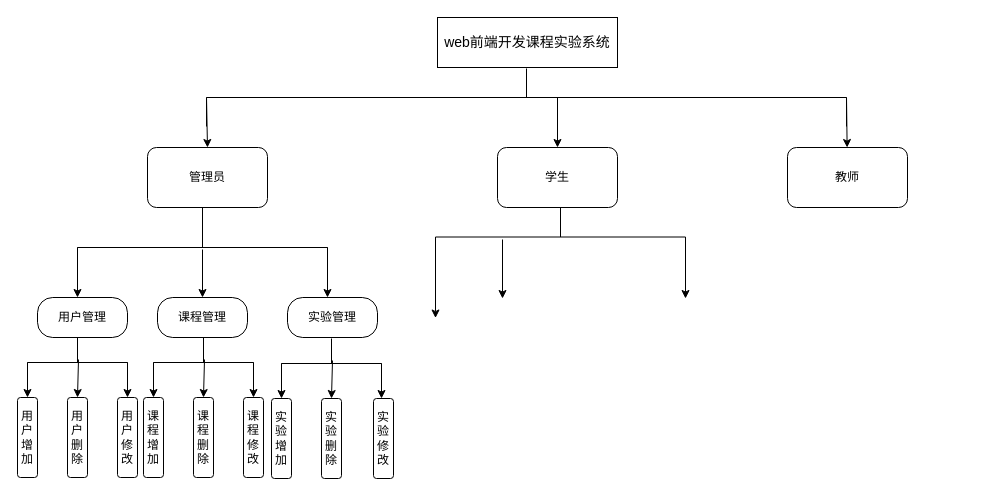
This is web前端开发课程实验系统（系统模块图）.drawio from lahahah/hexo_img, a draw.io file, before an edit. Source tidied: cells renumbered, new cells numbered last; positions are measured from the earlier drawing's top-left corner, leaving out a move shared by most shapes. Both pictures are drawn from the tidied source at 100%, with x=0, y=0 at pixel (17, -223).
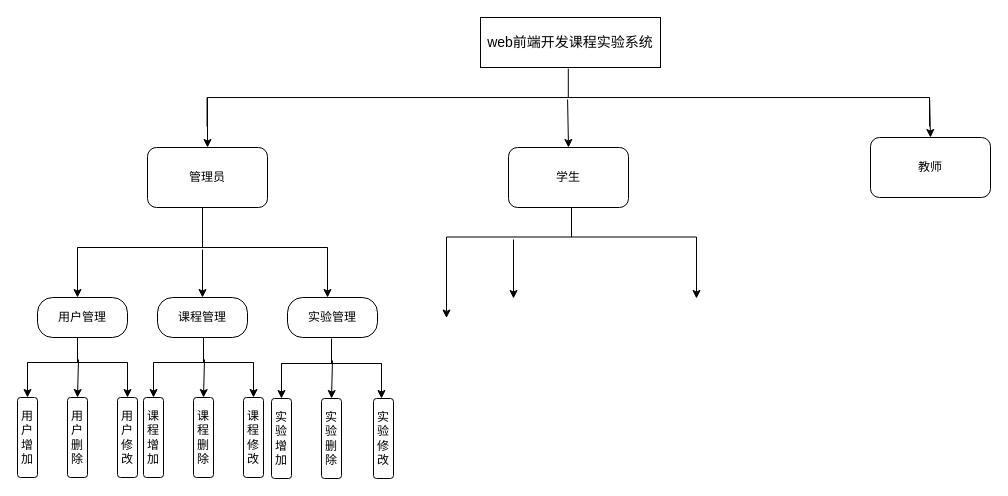
The same page after the edit.

Commit message (it also covers changes not shown here):
更新web前端开发课程实验系统（系统模块图）.drawio

The change refers to these unchanged cells:
```xml
<mxCell id="9" value="管理员" style="rounded=1;whiteSpace=wrap;html=1;" parent="1" vertex="1">
  <mxGeometry x="130" y="370" width="120" height="60" as="geometry" />
</mxCell>
```

Diff of the diagram source:
```diff
@@
     <mxCell id="2" value="&lt;font style=&quot;font-size: 14px;&quot;&gt;web前端开发课程实验系统&lt;/font&gt;" style="rounded=0;whiteSpace=wrap;html=1;" parent="1" vertex="1">
-      <mxGeometry x="420" y="240" width="180" height="50" as="geometry" />
+      <mxGeometry x="463" y="240" width="180" height="50" as="geometry" />
     </mxCell>
     <mxCell id="3" style="strokeWidth=1;html=1;shape=mxgraph.flowchart.annotation_2;align=left;labelPosition=right;rotation=90;" parent="1" vertex="1">
-      <mxGeometry x="480" width="58" height="640" as="geometry" />
+      <mxGeometry x="521.8" y="-41.2" width="58" height="722.5" as="geometry" />
     </mxCell>
-    <mxCell id="4" style="endArrow=classic;html=1;rounded=0;entryX=0.5;entryY=0;entryDx=0;entryDy=0;" parent="1" edge="1" target="8">
-      <mxGeometry relative="1" as="geometry">
-        <mxPoint x="540" y="330" as="sourcePoint" />
-        <Array as="points">
-          <mxPoint x="540" y="320" />
-        </Array>
-      </mxGeometry>
-    </mxCell>
-    <mxCell id="5" style="endArrow=classic;html=1;rounded=0;exitX=0.5;exitY=1;exitDx=0;exitDy=0;exitPerimeter=0;entryX=0.5;entryY=0;entryDx=0;entryDy=0;" parent="1" edge="1" target="9">
+    <mxCell id="5" style="endArrow=classic;html=1;rounded=0;entryX=0.5;entryY=0;entryDx=0;entryDy=0;" parent="1" edge="1" target="9">
       <mxGeometry relative="1" as="geometry">
-        <mxPoint x="189" y="320" as="sourcePoint" />
+        <mxPoint x="190" y="320" as="sourcePoint" />
       </mxGeometry>
     </mxCell>
-    <mxCell id="6" style="endArrow=classic;html=1;rounded=0;exitX=0.5;exitY=0;exitDx=0;exitDy=0;exitPerimeter=0;" parent="1" edge="1" source="3" target="7">
-      <mxGeometry relative="1" as="geometry" />
+    <mxCell id="6" style="endArrow=classic;html=1;rounded=0;exitX=0.5;exitY=0;exitDx=0;exitDy=0;exitPerimeter=0;" parent="1" edge="1" source="3">
+      <mxGeometry relative="1" as="geometry">
+        <mxPoint x="913" y="360" as="targetPoint" />
+      </mxGeometry>
     </mxCell>
     <mxCell id="7" value="教师" style="rounded=1;whiteSpace=wrap;html=1;" parent="1" vertex="1">
-      <mxGeometry x="770" y="370" width="120" height="60" as="geometry" />
+      <mxGeometry x="853" y="360" width="120" height="60" as="geometry" />
     </mxCell>
     <mxCell id="8" value="学生" style="rounded=1;whiteSpace=wrap;html=1;" parent="1" vertex="1">
-      <mxGeometry x="480" y="370" width="120" height="60" as="geometry" />
+      <mxGeometry x="491" y="370" width="120" height="60" as="geometry" />
     </mxCell>
@@
     <mxCell id="38" style="strokeWidth=1;html=1;shape=mxgraph.flowchart.annotation_2;align=left;labelPosition=right;direction=south;" parent="1" vertex="1">
-      <mxGeometry x="418" y="430" width="250" height="59" as="geometry" />
+      <mxGeometry x="429" y="430" width="250" height="59" as="geometry" />
     </mxCell>
     <mxCell id="39" style="endArrow=classic;html=1;rounded=0;exitX=0.5;exitY=1;exitDx=0;exitDy=0;exitPerimeter=0;" parent="1" edge="1">
       <mxGeometry relative="1" as="geometry">
-        <mxPoint x="418" y="480" as="sourcePoint" />
-        <mxPoint x="418" y="540.5" as="targetPoint" />
+        <mxPoint x="429" y="480" as="sourcePoint" />
+        <mxPoint x="429" y="540.5" as="targetPoint" />
       </mxGeometry>
     </mxCell>
     <mxCell id="40" style="endArrow=classic;html=1;rounded=0;exitX=0.525;exitY=0.5;exitDx=0;exitDy=0;exitPerimeter=0;entryX=0;entryY=0.5;entryDx=0;entryDy=0;" parent="1" edge="1">
       <mxGeometry relative="1" as="geometry">
-        <mxPoint x="485" y="462" as="sourcePoint" />
-        <mxPoint x="485" y="521" as="targetPoint" />
+        <mxPoint x="496" y="462" as="sourcePoint" />
+        <mxPoint x="496" y="521" as="targetPoint" />
       </mxGeometry>
     </mxCell>
     <mxCell id="41" style="endArrow=classic;html=1;rounded=0;exitX=0.5;exitY=0;exitDx=0;exitDy=0;exitPerimeter=0;" parent="1" edge="1">
       <mxGeometry relative="1" as="geometry">
-        <mxPoint x="668" y="460.5" as="sourcePoint" />
-        <mxPoint x="668" y="521" as="targetPoint" />
+        <mxPoint x="679" y="460.5" as="sourcePoint" />
+        <mxPoint x="679" y="521" as="targetPoint" />
       </mxGeometry>
     </mxCell>
+    <mxCell id="42" style="endArrow=classic;html=1;rounded=0;exitX=0.534;exitY=0.501;exitDx=0;exitDy=0;exitPerimeter=0;entryX=0.5;entryY=0;entryDx=0;entryDy=0;" parent="1" edge="1" source="3" target="8">
+      <mxGeometry relative="1" as="geometry" />
+    </mxCell>
```
